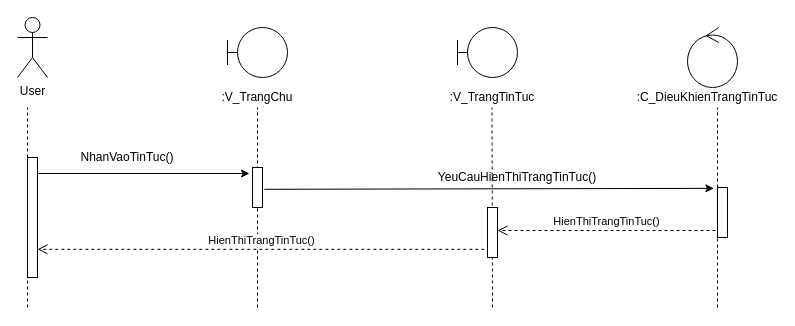
hoangminh15/PTTKHT keeps this draw.io diagram as Sequence/Duy's Sequences/XemTrangTinTuc.drawio. Above is the earlier version. Source tidied: cells renumbered, new cells numbered last; positions are measured from the earlier drawing's top-left corner, leaving out a move shared by most shapes. Both pictures are drawn from the tidied source at 100%, with x=0, y=0 at pixel (17, 17).
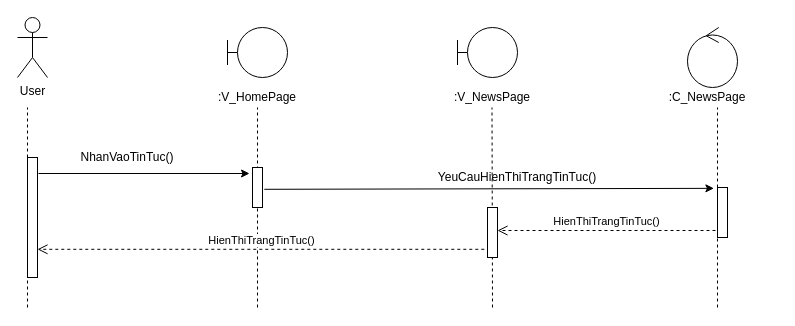
The same page after the edit.

The edit, as a diff of the source:
```diff
@@
-    <mxCell id="10" value=":C_DieuKhienTrangTinTuc" style="text;html=1;strokeColor=none;fillColor=none;align=center;verticalAlign=middle;whiteSpace=wrap;rounded=0;" parent="1" vertex="1">
+    <mxCell id="10" value=":C_NewsPage" style="text;html=1;strokeColor=none;fillColor=none;align=center;verticalAlign=middle;whiteSpace=wrap;rounded=0;" parent="1" vertex="1">
       <mxGeometry x="670" y="70" width="40" height="20" as="geometry" />
     </mxCell>
-    <mxCell id="11" value=":V_TrangTinTuc" style="text;html=1;strokeColor=none;fillColor=none;align=center;verticalAlign=middle;whiteSpace=wrap;rounded=0;" parent="1" vertex="1">
+    <mxCell id="11" value=":V_NewsPage" style="text;html=1;strokeColor=none;fillColor=none;align=center;verticalAlign=middle;whiteSpace=wrap;rounded=0;" parent="1" vertex="1">
       <mxGeometry x="455" y="70" width="40" height="20" as="geometry" />
     </mxCell>
-    <mxCell id="12" value=":V_TrangChu" style="text;html=1;strokeColor=none;fillColor=none;align=center;verticalAlign=middle;whiteSpace=wrap;rounded=0;" parent="1" vertex="1">
+    <mxCell id="12" value=":V_HomePage" style="text;html=1;strokeColor=none;fillColor=none;align=center;verticalAlign=middle;whiteSpace=wrap;rounded=0;" parent="1" vertex="1">
       <mxGeometry x="220" y="70" width="40" height="20" as="geometry" />
     </mxCell>
```
